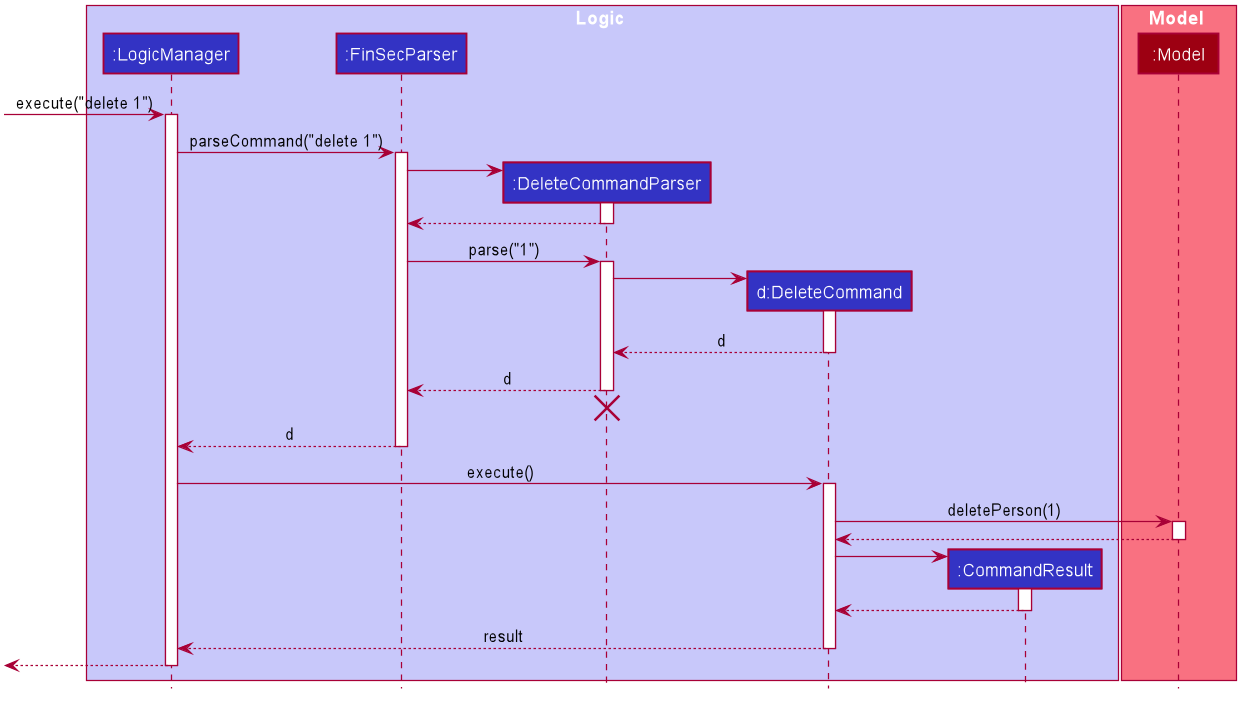
The PlantUML diagram docs/images/DeleteSequenceDiagram.png in nus-cs2103-AY1920S1/addressbook-level3, before a commit.
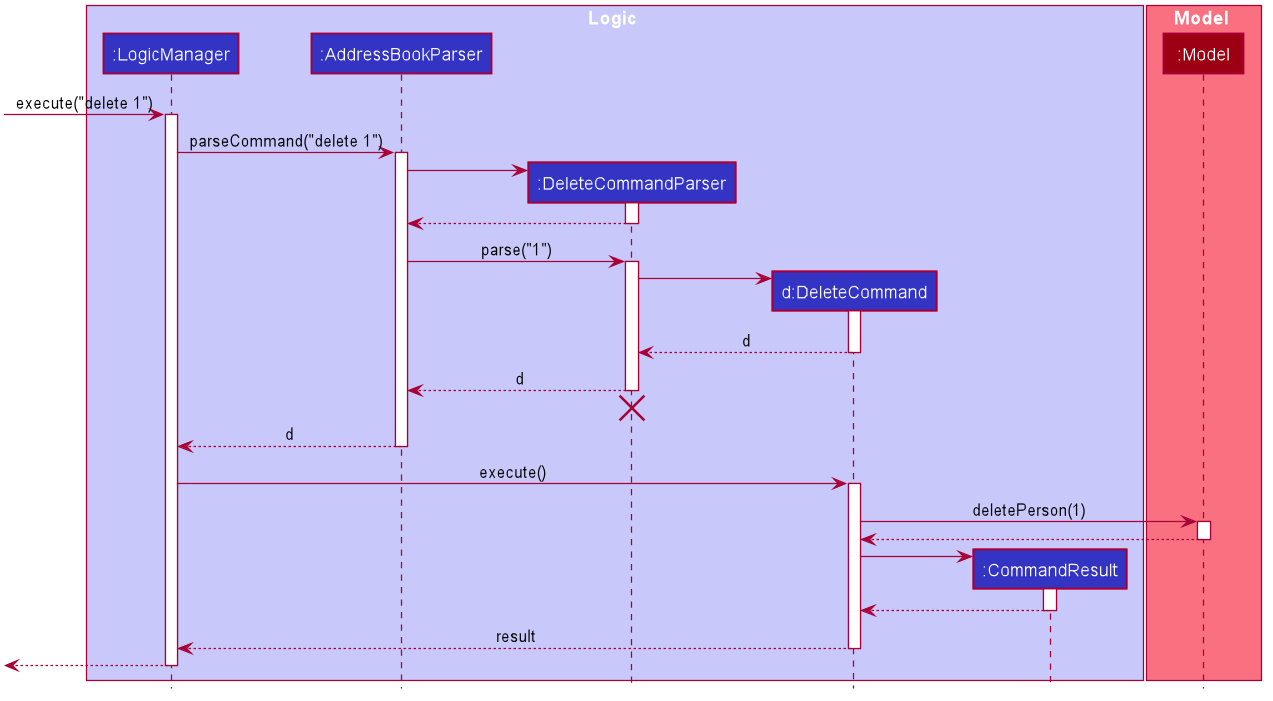
Later version of the same file.

Commit message:
Reseted deletesequencediagram

Diff of the diagram source:
```diff
@@ -51,7 +51,7 @@
 
 box Logic #C8C8FA
 participant ":LogicManager" as LogicManager #3333C4
-participant ":FinSecParser" as AddressBookParser #3333C4
+participant ":AddressBookParser" as AddressBookParser #3333C4
 participant ":DeleteCommandParser" as DeleteCommandParser #3333C4
 participant "d:DeleteCommand" as DeleteCommand #3333C4
 participant ":CommandResult" as CommandResult #3333C4
```
